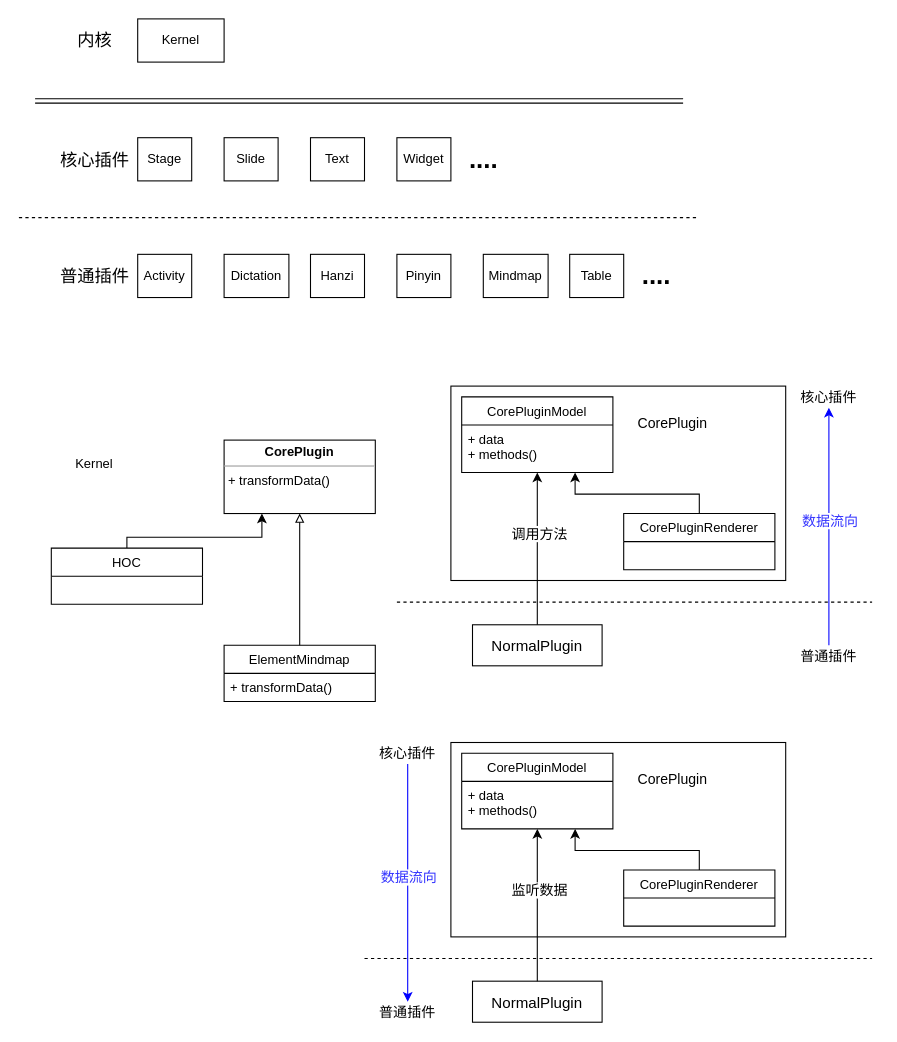
Earlier version of the draw.io diagram page "插件通信" (6 of 9) of whatsENOW.drawio (ShaojieLiu/Lab). Source tidied: cells renumbered, new cells numbered last; positions are measured from the earlier drawing's top-left corner, leaving out a move shared by most shapes. Both pictures are drawn from the tidied source at 108%, with x=0, y=0 at pixel (18, 18).
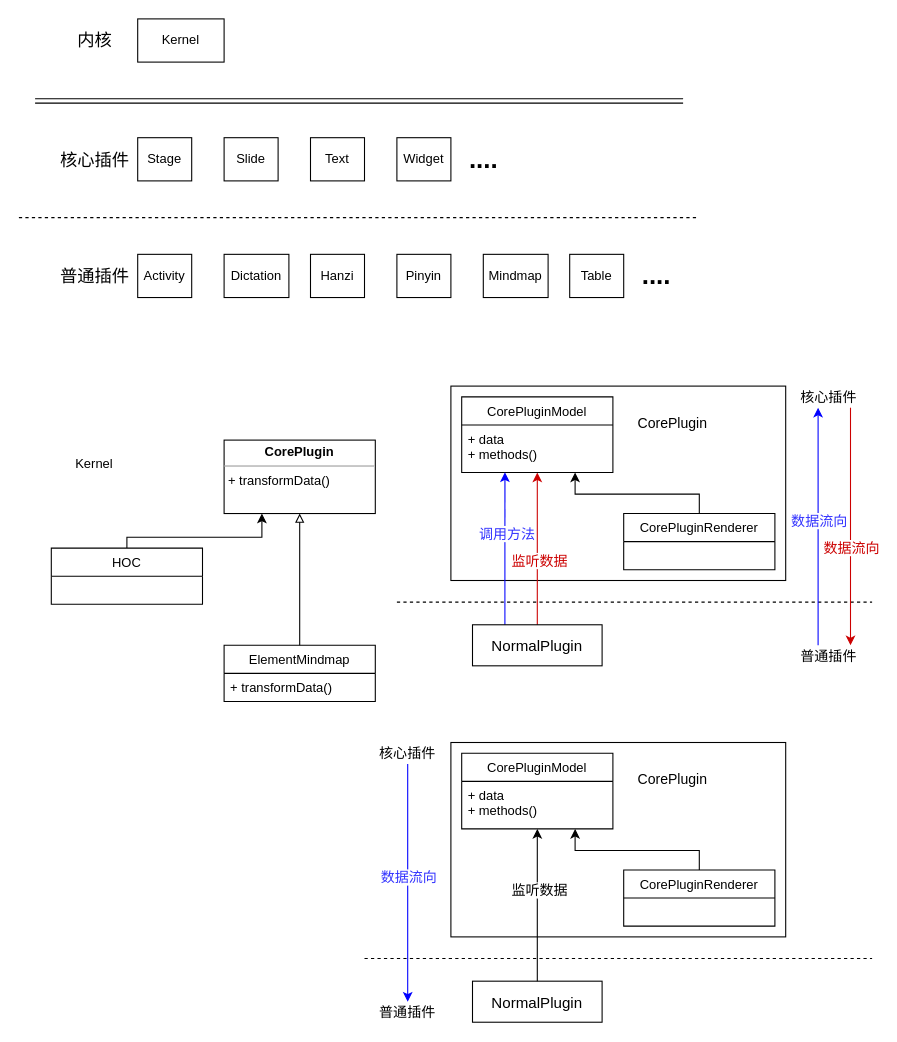
Above is the later version.

Unchanged cells that the change refers to:
```xml
<mxCell id="29" value="CorePluginModel" style="swimlane;fontStyle=0;horizontal=1;startSize=26;fillColor=none;" parent="1" vertex="1">
  <mxGeometry x="410" y="350" width="140" height="70" as="geometry" />
</mxCell>
<mxCell id="30" value="+ data&#10;+ methods()" style="text;strokeColor=none;fillColor=none;align=left;verticalAlign=top;spacingLeft=4;spacingRight=4;overflow=hidden;points=[[0,0.5],[1,0.5]];portConstraint=eastwest;" parent="29" vertex="1">
  <mxGeometry y="26" width="140" height="44" as="geometry" />
</mxCell>
<mxCell id="36" value="&lt;font color=&quot;#000000&quot; style=&quot;font-size: 14px&quot;&gt;NormalPlugin&lt;/font&gt;" style="rounded=0;whiteSpace=wrap;html=1;strokeColor=#000000;strokeWidth=1;fillColor=none;fontSize=16;fontColor=#3333FF;" parent="1" vertex="1">
  <mxGeometry x="420" y="561" width="120" height="38" as="geometry" />
</mxCell>
```

Diff of the diagram source:
```diff
@@
+    <mxCell id="56" style="edgeStyle=orthogonalEdgeStyle;rounded=0;jettySize=auto;html=1;exitX=0.5;exitY=1;exitDx=0;exitDy=0;entryX=0.5;entryY=0;entryDx=0;entryDy=0;startArrow=classic;startFill=1;endArrow=none;endFill=0;strokeColor=#CC0000;fontSize=13;fontColor=#3333FF;" parent="1" edge="1" source="29" target="36">
+      <mxGeometry relative="1" as="geometry" />
+    </mxCell>
+    <mxCell id="57" value="&lt;font color=&quot;#cc0000&quot;&gt;监听数据&lt;/font&gt;" style="text;html=1;align=center;verticalAlign=middle;labelBackgroundColor=#ffffff;fontSize=13;fontColor=#3333FF;" parent="56" vertex="1">
+      <mxGeometry x="0.15" y="1" relative="1" as="geometry" />
+    </mxCell>
@@
-    <mxCell id="34" style="edgeStyle=none;rounded=0;jettySize=auto;html=1;exitX=0.5;exitY=0;exitDx=0;exitDy=0;endArrow=classic;endFill=1;fontSize=13;fontColor=#000000;" parent="1" edge="1" source="36" target="30">
+    <mxCell id="34" style="edgeStyle=none;rounded=0;jettySize=auto;html=1;exitX=0.25;exitY=0;exitDx=0;exitDy=0;endArrow=classic;endFill=1;fontSize=13;fontColor=#000000;strokeColor=#0000FF;entryX=0.286;entryY=0.995;entryDx=0;entryDy=0;entryPerimeter=0;" parent="1" edge="1" source="36" target="30">
       <mxGeometry relative="1" as="geometry" />
     </mxCell>
-    <mxCell id="35" value="调用方法" style="text;html=1;align=center;verticalAlign=middle;labelBackgroundColor=#ffffff;fontSize=13;fontColor=#000000;" parent="34" vertex="1">
+    <mxCell id="35" value="调用方法" style="text;html=1;align=center;verticalAlign=middle;labelBackgroundColor=#ffffff;fontSize=13;fontColor=#3333FF;" parent="34" vertex="1">
       <mxGeometry x="0.21" y="-1" relative="1" as="geometry" />
     </mxCell>
@@
     <mxCell id="38" style="endArrow=classic;html=1;fontSize=13;fontColor=#000000;strokeColor=#0000FF;" parent="1" edge="1">
       <mxGeometry relative="1" as="geometry">
-        <mxPoint x="750" y="580" as="sourcePoint" />
-        <mxPoint x="750" y="360" as="targetPoint" />
+        <mxPoint x="740" y="580" as="sourcePoint" />
+        <mxPoint x="740" y="360" as="targetPoint" />
       </mxGeometry>
     </mxCell>
@@
+    <mxCell id="58" style="endArrow=none;html=1;fontSize=13;fontColor=#000000;strokeColor=#CC0000;startArrow=classic;startFill=1;endFill=0;" parent="1" edge="1">
+      <mxGeometry relative="1" as="geometry">
+        <mxPoint x="770" y="580" as="sourcePoint" />
+        <mxPoint x="770" y="360" as="targetPoint" />
+      </mxGeometry>
+    </mxCell>
+    <mxCell id="59" value="&lt;font color=&quot;#cc0000&quot;&gt;数据流向&lt;/font&gt;" style="text;html=1;align=center;verticalAlign=middle;labelBackgroundColor=#ffffff;fontSize=13;fontColor=#3333FF;" parent="58" vertex="1">
+      <mxGeometry x="-0.36" relative="1" as="geometry">
+        <mxPoint y="-20.5" as="offset" />
+      </mxGeometry>
+    </mxCell>
```
